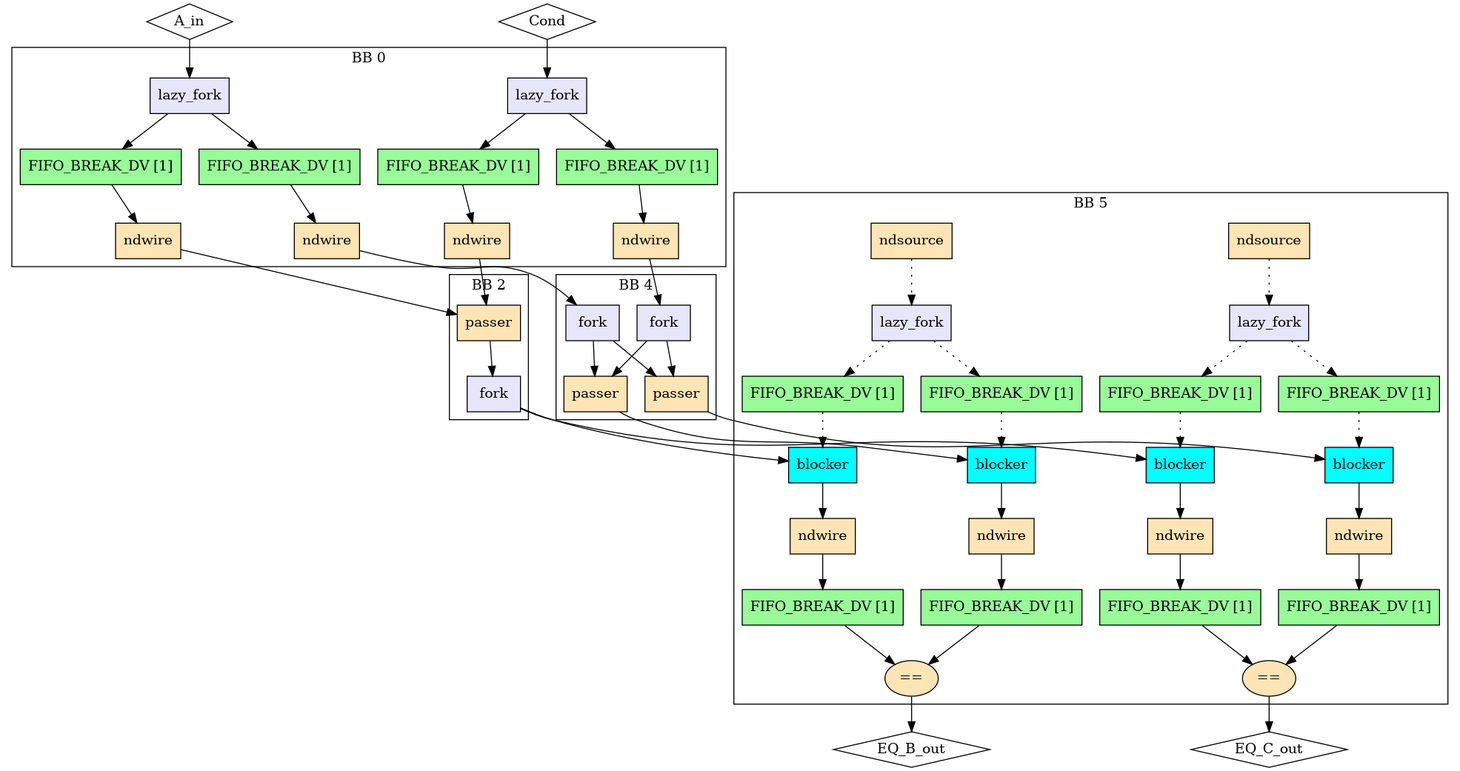
This is experimental/tools/elastic-miter/out/sup_fork/miter/model.png from EPFL-LAP/dynamatic, a Graphviz export, as it was before one commit. Its source is kept beside it as experimental/tools/elastic-miter/out/sup_fork/miter/model.dot. Source of this version:
```dot
Digraph G {
  splines=spline
  compound=true
  "A_in" ["style"="solid", "shape"="diamond", "label"="A_in", "mlir_op"="handshake.func"]
  "Cond" ["style"="solid", "shape"="diamond", "label"="Cond", "mlir_op"="handshake.func"]
  "EQ_B_out" ["style"="solid", "shape"="diamond", "label"="EQ_B_out", "mlir_op"="handshake.func"]
  "EQ_C_out" ["style"="solid", "shape"="diamond", "label"="EQ_C_out", "mlir_op"="handshake.func"]
  "A_in" -> "in_fork_A_in" ["dir"="both", "style"="solid", "arrowhead"="normal", "from_idx"="0", "to"="ins", "arrowtail"="none", "from"="A_in", "to_idx"="0"]
  "Cond" -> "in_fork_Cond" ["dir"="both", "style"="solid", "arrowhead"="normal", "from_idx"="1", "to"="ins", "arrowtail"="none", "from"="Cond", "to_idx"="0"]
  "lhs_in_ndw_A_in" -> "lhs_passer1" ["dir"="both", "style"="solid", "arrowhead"="normal", "from_idx"="0", "to"="data", "arrowtail"="none", "from"="outs", "to_idx"="0"]
  "rhs_in_ndw_A_in" -> "rhs_fork" ["dir"="both", "style"="solid", "arrowhead"="normal", "from_idx"="0", "to"="ins", "arrowtail"="none", "from"="outs", "to_idx"="0"]
  "lhs_in_ndw_Cond" -> "lhs_passer1" ["dir"="both", "style"="solid", "arrowhead"="normal", "from_idx"="0", "to"="ctrl", "arrowtail"="none", "from"="outs", "to_idx"="1"]
  "rhs_in_ndw_Cond" -> "rhs_fork_cond" ["dir"="both", "style"="solid", "arrowhead"="normal", "from_idx"="0", "to"="ins", "arrowtail"="none", "from"="outs", "to_idx"="0"]
  "out_eq_B_out" -> "EQ_B_out" ["dir"="both", "style"="solid", "arrowhead"="normal", "from_idx"="0", "to"="EQ_B_out", "arrowtail"="none", "from"="result", "to_idx"="0"]
  "out_eq_C_out" -> "EQ_C_out" ["dir"="both", "style"="solid", "arrowhead"="normal", "from_idx"="0", "to"="EQ_C_out", "arrowtail"="none", "from"="result", "to_idx"="1"]
  "lhs_fork" -> "lhs_out_bl_B_out" ["dir"="both", "style"="solid", "arrowhead"="normal", "from_idx"="0", "to"="ins", "arrowtail"="none", "from"="outs_0", "to_idx"="0"]
  "lhs_fork" -> "lhs_out_bl_C_out" ["dir"="both", "style"="solid", "arrowhead"="normal", "from_idx"="1", "to"="ins", "arrowtail"="none", "from"="outs_1", "to_idx"="0"]
  "rhs_passer1" -> "rhs_out_bl_B_out" ["dir"="both", "style"="solid", "arrowhead"="normal", "from_idx"="0", "to"="ins", "arrowtail"="none", "from"="result", "to_idx"="0"]
  "rhs_passer2" -> "rhs_out_bl_C_out" ["dir"="both", "style"="solid", "arrowhead"="normal", "from_idx"="0", "to"="ins", "arrowtail"="none", "from"="result", "to_idx"="0"]
  subgraph cluster0 {
    graph ["label"="BB 0"]
    "in_fork_A_in" ["style"="filled", "fillcolor"="lavender", "shape"="box", "label"="lazy_fork", "mlir_op"="handshake.lazy_fork"]
    "lhs_in_buf_A_in" ["style"="filled", "fillcolor"="palegreen", "shape"="box", "label"="FIFO_BREAK_DV [1]", "mlir_op"="handshake.buffer"]
    "rhs_in_buf_A_in" ["style"="filled", "fillcolor"="palegreen", "shape"="box", "label"="FIFO_BREAK_DV [1]", "mlir_op"="handshake.buffer"]
    "lhs_in_ndw_A_in" ["style"="filled", "fillcolor"="moccasin", "shape"="box", "label"="ndwire", "mlir_op"="handshake.ndwire"]
    "rhs_in_ndw_A_in" ["style"="filled", "fillcolor"="moccasin", "shape"="box", "label"="ndwire", "mlir_op"="handshake.ndwire"]
    "in_fork_Cond" ["style"="filled", "fillcolor"="lavender", "shape"="box", "label"="lazy_fork", "mlir_op"="handshake.lazy_fork"]
    "lhs_in_buf_Cond" ["style"="filled", "fillcolor"="palegreen", "shape"="box", "label"="FIFO_BREAK_DV [1]", "mlir_op"="handshake.buffer"]
    "rhs_in_buf_Cond" ["style"="filled", "fillcolor"="palegreen", "shape"="box", "label"="FIFO_BREAK_DV [1]", "mlir_op"="handshake.buffer"]
    "lhs_in_ndw_Cond" ["style"="filled", "fillcolor"="moccasin", "shape"="box", "label"="ndwire", "mlir_op"="handshake.ndwire"]
    "rhs_in_ndw_Cond" ["style"="filled", "fillcolor"="moccasin", "shape"="box", "label"="ndwire", "mlir_op"="handshake.ndwire"]
    "in_fork_A_in" -> "lhs_in_buf_A_in" ["dir"="both", "style"="solid", "arrowhead"="normal", "from_idx"="0", "to"="ins", "arrowtail"="none", "from"="outs_0", "to_idx"="0"]
    "in_fork_A_in" -> "rhs_in_buf_A_in" ["dir"="both", "style"="solid", "arrowhead"="normal", "from_idx"="1", "to"="ins", "arrowtail"="none", "from"="outs_1", "to_idx"="0"]
    "lhs_in_buf_A_in" -> "lhs_in_ndw_A_in" ["dir"="both", "style"="solid", "arrowhead"="normal", "from_idx"="0", "to"="ins", "arrowtail"="none", "from"="outs", "to_idx"="0"]
    "rhs_in_buf_A_in" -> "rhs_in_ndw_A_in" ["dir"="both", "style"="solid", "arrowhead"="normal", "from_idx"="0", "to"="ins", "arrowtail"="none", "from"="outs", "to_idx"="0"]
    "in_fork_Cond" -> "lhs_in_buf_Cond" ["dir"="both", "style"="solid", "arrowhead"="normal", "from_idx"="0", "to"="ins", "arrowtail"="none", "from"="outs_0", "to_idx"="0"]
    "in_fork_Cond" -> "rhs_in_buf_Cond" ["dir"="both", "style"="solid", "arrowhead"="normal", "from_idx"="1", "to"="ins", "arrowtail"="none", "from"="outs_1", "to_idx"="0"]
    "lhs_in_buf_Cond" -> "lhs_in_ndw_Cond" ["dir"="both", "style"="solid", "arrowhead"="normal", "from_idx"="0", "to"="ins", "arrowtail"="none", "from"="outs", "to_idx"="0"]
    "rhs_in_buf_Cond" -> "rhs_in_ndw_Cond" ["dir"="both", "style"="solid", "arrowhead"="normal", "from_idx"="0", "to"="ins", "arrowtail"="none", "from"="outs", "to_idx"="0"]
  }
  subgraph cluster5 {
    graph ["label"="BB 5"]
    "out_nds_B_out" ["style"="filled", "fillcolor"="moccasin", "shape"="box", "label"="ndsource", "mlir_op"="handshake.ndsource"]
    "out_lf_B_out" ["style"="filled", "fillcolor"="lavender", "shape"="box", "label"="lazy_fork", "mlir_op"="handshake.lazy_fork"]
    "out_buf_lhs_nds_B_out" ["style"="filled", "fillcolor"="palegreen", "shape"="box", "label"="FIFO_BREAK_DV [1]", "mlir_op"="handshake.buffer"]
    "out_buf_rhs_nds_B_out" ["style"="filled", "fillcolor"="palegreen", "shape"="box", "label"="FIFO_BREAK_DV [1]", "mlir_op"="handshake.buffer"]
    "lhs_out_bl_B_out" ["style"="filled", "fillcolor"="cyan", "shape"="box", "label"="blocker", "mlir_op"="handshake.blocker"]
    "rhs_out_bl_B_out" ["style"="filled", "fillcolor"="cyan", "shape"="box", "label"="blocker", "mlir_op"="handshake.blocker"]
    "lhs_out_ndw_B_out" ["style"="filled", "fillcolor"="moccasin", "shape"="box", "label"="ndwire", "mlir_op"="handshake.ndwire"]
    "rhs_out_ndw_B_out" ["style"="filled", "fillcolor"="moccasin", "shape"="box", "label"="ndwire", "mlir_op"="handshake.ndwire"]
    "lhs_out_buf_B_out" ["style"="filled", "fillcolor"="palegreen", "shape"="box", "label"="FIFO_BREAK_DV [1]", "mlir_op"="handshake.buffer"]
    "rhs_out_buf_B_out" ["style"="filled", "fillcolor"="palegreen", "shape"="box", "label"="FIFO_BREAK_DV [1]", "mlir_op"="handshake.buffer"]
    "out_eq_B_out" ["style"="filled", "fillcolor"="moccasin", "shape"="oval", "label"="==", "mlir_op"="handshake.cmpi=="]
    "out_nds_C_out" ["style"="filled", "fillcolor"="moccasin", "shape"="box", "label"="ndsource", "mlir_op"="handshake.ndsource"]
    "out_lf_C_out" ["style"="filled", "fillcolor"="lavender", "shape"="box", "label"="lazy_fork", "mlir_op"="handshake.lazy_fork"]
    "out_buf_lhs_nds_C_out" ["style"="filled", "fillcolor"="palegreen", "shape"="box", "label"="FIFO_BREAK_DV [1]", "mlir_op"="handshake.buffer"]
    "out_buf_rhs_nds_C_out" ["style"="filled", "fillcolor"="palegreen", "shape"="box", "label"="FIFO_BREAK_DV [1]", "mlir_op"="handshake.buffer"]
    "lhs_out_bl_C_out" ["style"="filled", "fillcolor"="cyan", "shape"="box", "label"="blocker", "mlir_op"="handshake.blocker"]
    "rhs_out_bl_C_out" ["style"="filled", "fillcolor"="cyan", "shape"="box", "label"="blocker", "mlir_op"="handshake.blocker"]
    "lhs_out_ndw_C_out" ["style"="filled", "fillcolor"="moccasin", "shape"="box", "label"="ndwire", "mlir_op"="handshake.ndwire"]
    "rhs_out_ndw_C_out" ["style"="filled", "fillcolor"="moccasin", "shape"="box", "label"="ndwire", "mlir_op"="handshake.ndwire"]
    "lhs_out_buf_C_out" ["style"="filled", "fillcolor"="palegreen", "shape"="box", "label"="FIFO_BREAK_DV [1]", "mlir_op"="handshake.buffer"]
    "rhs_out_buf_C_out" ["style"="filled", "fillcolor"="palegreen", "shape"="box", "label"="FIFO_BREAK_DV [1]", "mlir_op"="handshake.buffer"]
    "out_eq_C_out" ["style"="filled", "fillcolor"="moccasin", "shape"="oval", "label"="==", "mlir_op"="handshake.cmpi=="]
    "out_nds_B_out" -> "out_lf_B_out" ["dir"="both", "style"="dotted", "arrowhead"="normal", "from_idx"="0", "to"="ins", "arrowtail"="none", "from"="result", "to_idx"="0"]
    "out_lf_B_out" -> "out_buf_lhs_nds_B_out" ["dir"="both", "style"="dotted", "arrowhead"="normal", "from_idx"="0", "to"="ins", "arrowtail"="none", "from"="outs_0", "to_idx"="0"]
    "out_lf_B_out" -> "out_buf_rhs_nds_B_out" ["dir"="both", "style"="dotted", "arrowhead"="normal", "from_idx"="1", "to"="ins", "arrowtail"="none", "from"="outs_1", "to_idx"="0"]
    "out_buf_lhs_nds_B_out" -> "lhs_out_bl_B_out" ["dir"="both", "style"="dotted", "arrowhead"="normal", "from_idx"="0", "to"="ctrl", "arrowtail"="none", "from"="outs", "to_idx"="1"]
    "out_buf_rhs_nds_B_out" -> "rhs_out_bl_B_out" ["dir"="both", "style"="dotted", "arrowhead"="normal", "from_idx"="0", "to"="ctrl", "arrowtail"="none", "from"="outs", "to_idx"="1"]
    "lhs_out_bl_B_out" -> "lhs_out_ndw_B_out" ["dir"="both", "style"="solid", "arrowhead"="normal", "from_idx"="0", "to"="ins", "arrowtail"="none", "from"="outs", "to_idx"="0"]
    "rhs_out_bl_B_out" -> "rhs_out_ndw_B_out" ["dir"="both", "style"="solid", "arrowhead"="normal", "from_idx"="0", "to"="ins", "arrowtail"="none", "from"="outs", "to_idx"="0"]
    "lhs_out_ndw_B_out" -> "lhs_out_buf_B_out" ["dir"="both", "style"="solid", "arrowhead"="normal", "from_idx"="0", "to"="ins", "arrowtail"="none", "from"="outs", "to_idx"="0"]
    "rhs_out_ndw_B_out" -> "rhs_out_buf_B_out" ["dir"="both", "style"="solid", "arrowhead"="normal", "from_idx"="0", "to"="ins", "arrowtail"="none", "from"="outs", "to_idx"="0"]
    "lhs_out_buf_B_out" -> "out_eq_B_out" ["dir"="both", "style"="solid", "arrowhead"="normal", "from_idx"="0", "to"="lhs", "arrowtail"="none", "from"="outs", "to_idx"="0"]
    "rhs_out_buf_B_out" -> "out_eq_B_out" ["dir"="both", "style"="solid", "arrowhead"="normal", "from_idx"="0", "to"="rhs", "arrowtail"="none", "from"="outs", "to_idx"="1"]
    "out_nds_C_out" -> "out_lf_C_out" ["dir"="both", "style"="dotted", "arrowhead"="normal", "from_idx"="0", "to"="ins", "arrowtail"="none", "from"="result", "to_idx"="0"]
    "out_lf_C_out" -> "out_buf_lhs_nds_C_out" ["dir"="both", "style"="dotted", "arrowhead"="normal", "from_idx"="0", "to"="ins", "arrowtail"="none", "from"="outs_0", "to_idx"="0"]
    "out_lf_C_out" -> "out_buf_rhs_nds_C_out" ["dir"="both", "style"="dotted", "arrowhead"="normal", "from_idx"="1", "to"="ins", "arrowtail"="none", "from"="outs_1", "to_idx"="0"]
    "out_buf_lhs_nds_C_out" -> "lhs_out_bl_C_out" ["dir"="both", "style"="dotted", "arrowhead"="normal", "from_idx"="0", "to"="ctrl", "arrowtail"="none", "from"="outs", "to_idx"="1"]
    "out_buf_rhs_nds_C_out" -> "rhs_out_bl_C_out" ["dir"="both", "style"="dotted", "arrowhead"="normal", "from_idx"="0", "to"="ctrl", "arrowtail"="none", "from"="outs", "to_idx"="1"]
    "lhs_out_bl_C_out" -> "lhs_out_ndw_C_out" ["dir"="both", "style"="solid", "arrowhead"="normal", "from_idx"="0", "to"="ins", "arrowtail"="none", "from"="outs", "to_idx"="0"]
    "rhs_out_bl_C_out" -> "rhs_out_ndw_C_out" ["dir"="both", "style"="solid", "arrowhead"="normal", "from_idx"="0", "to"="ins", "arrowtail"="none", "from"="outs", "to_idx"="0"]
    "lhs_out_ndw_C_out" -> "lhs_out_buf_C_out" ["dir"="both", "style"="solid", "arrowhead"="normal", "from_idx"="0", "to"="ins", "arrowtail"="none", "from"="outs", "to_idx"="0"]
    "rhs_out_ndw_C_out" -> "rhs_out_buf_C_out" ["dir"="both", "style"="solid", "arrowhead"="normal", "from_idx"="0", "to"="ins", "arrowtail"="none", "from"="outs", "to_idx"="0"]
    "lhs_out_buf_C_out" -> "out_eq_C_out" ["dir"="both", "style"="solid", "arrowhead"="normal", "from_idx"="0", "to"="lhs", "arrowtail"="none", "from"="outs", "to_idx"="0"]
    "rhs_out_buf_C_out" -> "out_eq_C_out" ["dir"="both", "style"="solid", "arrowhead"="normal", "from_idx"="0", "to"="rhs", "arrowtail"="none", "from"="outs", "to_idx"="1"]
  }
  subgraph cluster2 {
    graph ["label"="BB 2"]
    "lhs_passer1" ["style"="filled", "fillcolor"="moccasin", "shape"="box", "label"="passer", "mlir_op"="handshake.passer"]
    "lhs_fork" ["style"="filled", "fillcolor"="lavender", "shape"="box", "label"="fork", "mlir_op"="handshake.fork"]
    "lhs_passer1" -> "lhs_fork" ["dir"="both", "style"="solid", "arrowhead"="normal", "from_idx"="0", "to"="ins", "arrowtail"="none", "from"="result", "to_idx"="0"]
  }
  subgraph cluster4 {
    graph ["label"="BB 4"]
    "rhs_fork" ["style"="filled", "fillcolor"="lavender", "shape"="box", "label"="fork", "mlir_op"="handshake.fork"]
    "rhs_fork_cond" ["style"="filled", "fillcolor"="lavender", "shape"="box", "label"="fork", "mlir_op"="handshake.fork"]
    "rhs_passer1" ["style"="filled", "fillcolor"="moccasin", "shape"="box", "label"="passer", "mlir_op"="handshake.passer"]
    "rhs_passer2" ["style"="filled", "fillcolor"="moccasin", "shape"="box", "label"="passer", "mlir_op"="handshake.passer"]
    "rhs_fork" -> "rhs_passer1" ["dir"="both", "style"="solid", "arrowhead"="normal", "from_idx"="0", "to"="data", "arrowtail"="none", "from"="outs_0", "to_idx"="0"]
    "rhs_fork" -> "rhs_passer2" ["dir"="both", "style"="solid", "arrowhead"="normal", "from_idx"="1", "to"="data", "arrowtail"="none", "from"="outs_1", "to_idx"="0"]
    "rhs_fork_cond" -> "rhs_passer1" ["dir"="both", "style"="solid", "arrowhead"="normal", "from_idx"="0", "to"="ctrl", "arrowtail"="none", "from"="outs_0", "to_idx"="1"]
    "rhs_fork_cond" -> "rhs_passer2" ["dir"="both", "style"="solid", "arrowhead"="normal", "from_idx"="1", "to"="ctrl", "arrowtail"="none", "from"="outs_1", "to_idx"="1"]
  }
}
```
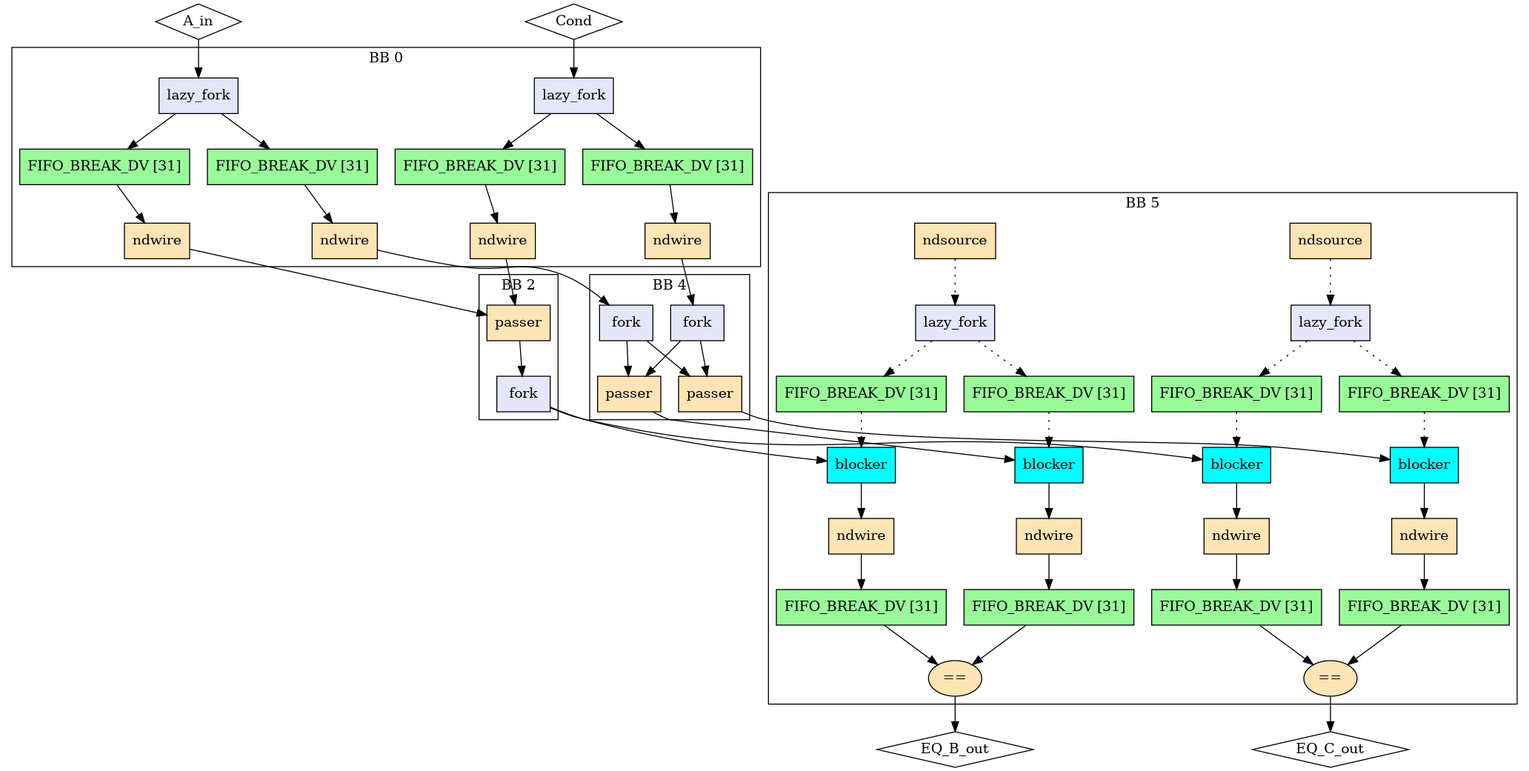
Later version of the same file.

Diff of the diagram source:
```diff
@@ -20,13 +20,13 @@
   subgraph cluster0 {
     graph ["label"="BB 0"]
     "in_fork_A_in" ["style"="filled", "fillcolor"="lavender", "shape"="box", "label"="lazy_fork", "mlir_op"="handshake.lazy_fork"]
-    "lhs_in_buf_A_in" ["style"="filled", "fillcolor"="palegreen", "shape"="box", "label"="FIFO_BREAK_DV [1]", "mlir_op"="handshake.buffer"]
-    "rhs_in_buf_A_in" ["style"="filled", "fillcolor"="palegreen", "shape"="box", "label"="FIFO_BREAK_DV [1]", "mlir_op"="handshake.buffer"]
+    "lhs_in_buf_A_in" ["style"="filled", "fillcolor"="palegreen", "shape"="box", "label"="FIFO_BREAK_DV [31]", "mlir_op"="handshake.buffer"]
+    "rhs_in_buf_A_in" ["style"="filled", "fillcolor"="palegreen", "shape"="box", "label"="FIFO_BREAK_DV [31]", "mlir_op"="handshake.buffer"]
     "lhs_in_ndw_A_in" ["style"="filled", "fillcolor"="moccasin", "shape"="box", "label"="ndwire", "mlir_op"="handshake.ndwire"]
     "rhs_in_ndw_A_in" ["style"="filled", "fillcolor"="moccasin", "shape"="box", "label"="ndwire", "mlir_op"="handshake.ndwire"]
     "in_fork_Cond" ["style"="filled", "fillcolor"="lavender", "shape"="box", "label"="lazy_fork", "mlir_op"="handshake.lazy_fork"]
-    "lhs_in_buf_Cond" ["style"="filled", "fillcolor"="palegreen", "shape"="box", "label"="FIFO_BREAK_DV [1]", "mlir_op"="handshake.buffer"]
-    "rhs_in_buf_Cond" ["style"="filled", "fillcolor"="palegreen", "shape"="box", "label"="FIFO_BREAK_DV [1]", "mlir_op"="handshake.buffer"]
+    "lhs_in_buf_Cond" ["style"="filled", "fillcolor"="palegreen", "shape"="box", "label"="FIFO_BREAK_DV [31]", "mlir_op"="handshake.buffer"]
+    "rhs_in_buf_Cond" ["style"="filled", "fillcolor"="palegreen", "shape"="box", "label"="FIFO_BREAK_DV [31]", "mlir_op"="handshake.buffer"]
     "lhs_in_ndw_Cond" ["style"="filled", "fillcolor"="moccasin", "shape"="box", "label"="ndwire", "mlir_op"="handshake.ndwire"]
     "rhs_in_ndw_Cond" ["style"="filled", "fillcolor"="moccasin", "shape"="box", "label"="ndwire", "mlir_op"="handshake.ndwire"]
     "in_fork_A_in" -> "lhs_in_buf_A_in" ["dir"="both", "style"="solid", "arrowhead"="normal", "from_idx"="0", "to"="ins", "arrowtail"="none", "from"="outs_0", "to_idx"="0"]
@@ -42,25 +42,25 @@
     graph ["label"="BB 5"]
     "out_nds_B_out" ["style"="filled", "fillcolor"="moccasin", "shape"="box", "label"="ndsource", "mlir_op"="handshake.ndsource"]
     "out_lf_B_out" ["style"="filled", "fillcolor"="lavender", "shape"="box", "label"="lazy_fork", "mlir_op"="handshake.lazy_fork"]
-    "out_buf_lhs_nds_B_out" ["style"="filled", "fillcolor"="palegreen", "shape"="box", "label"="FIFO_BREAK_DV [1]", "mlir_op"="handshake.buffer"]
-    "out_buf_rhs_nds_B_out" ["style"="filled", "fillcolor"="palegreen", "shape"="box", "label"="FIFO_BREAK_DV [1]", "mlir_op"="handshake.buffer"]
+    "out_buf_lhs_nds_B_out" ["style"="filled", "fillcolor"="palegreen", "shape"="box", "label"="FIFO_BREAK_DV [31]", "mlir_op"="handshake.buffer"]
+    "out_buf_rhs_nds_B_out" ["style"="filled", "fillcolor"="palegreen", "shape"="box", "label"="FIFO_BREAK_DV [31]", "mlir_op"="handshake.buffer"]
     "lhs_out_bl_B_out" ["style"="filled", "fillcolor"="cyan", "shape"="box", "label"="blocker", "mlir_op"="handshake.blocker"]
     "rhs_out_bl_B_out" ["style"="filled", "fillcolor"="cyan", "shape"="box", "label"="blocker", "mlir_op"="handshake.blocker"]
     "lhs_out_ndw_B_out" ["style"="filled", "fillcolor"="moccasin", "shape"="box", "label"="ndwire", "mlir_op"="handshake.ndwire"]
     "rhs_out_ndw_B_out" ["style"="filled", "fillcolor"="moccasin", "shape"="box", "label"="ndwire", "mlir_op"="handshake.ndwire"]
-    "lhs_out_buf_B_out" ["style"="filled", "fillcolor"="palegreen", "shape"="box", "label"="FIFO_BREAK_DV [1]", "mlir_op"="handshake.buffer"]
-    "rhs_out_buf_B_out" ["style"="filled", "fillcolor"="palegreen", "shape"="box", "label"="FIFO_BREAK_DV [1]", "mlir_op"="handshake.buffer"]
+    "lhs_out_buf_B_out" ["style"="filled", "fillcolor"="palegreen", "shape"="box", "label"="FIFO_BREAK_DV [31]", "mlir_op"="handshake.buffer"]
+    "rhs_out_buf_B_out" ["style"="filled", "fillcolor"="palegreen", "shape"="box", "label"="FIFO_BREAK_DV [31]", "mlir_op"="handshake.buffer"]
     "out_eq_B_out" ["style"="filled", "fillcolor"="moccasin", "shape"="oval", "label"="==", "mlir_op"="handshake.cmpi=="]
     "out_nds_C_out" ["style"="filled", "fillcolor"="moccasin", "shape"="box", "label"="ndsource", "mlir_op"="handshake.ndsource"]
     "out_lf_C_out" ["style"="filled", "fillcolor"="lavender", "shape"="box", "label"="lazy_fork", "mlir_op"="handshake.lazy_fork"]
-    "out_buf_lhs_nds_C_out" ["style"="filled", "fillcolor"="palegreen", "shape"="box", "label"="FIFO_BREAK_DV [1]", "mlir_op"="handshake.buffer"]
-    "out_buf_rhs_nds_C_out" ["style"="filled", "fillcolor"="palegreen", "shape"="box", "label"="FIFO_BREAK_DV [1]", "mlir_op"="handshake.buffer"]
+    "out_buf_lhs_nds_C_out" ["style"="filled", "fillcolor"="palegreen", "shape"="box", "label"="FIFO_BREAK_DV [31]", "mlir_op"="handshake.buffer"]
+    "out_buf_rhs_nds_C_out" ["style"="filled", "fillcolor"="palegreen", "shape"="box", "label"="FIFO_BREAK_DV [31]", "mlir_op"="handshake.buffer"]
     "lhs_out_bl_C_out" ["style"="filled", "fillcolor"="cyan", "shape"="box", "label"="blocker", "mlir_op"="handshake.blocker"]
     "rhs_out_bl_C_out" ["style"="filled", "fillcolor"="cyan", "shape"="box", "label"="blocker", "mlir_op"="handshake.blocker"]
     "lhs_out_ndw_C_out" ["style"="filled", "fillcolor"="moccasin", "shape"="box", "label"="ndwire", "mlir_op"="handshake.ndwire"]
     "rhs_out_ndw_C_out" ["style"="filled", "fillcolor"="moccasin", "shape"="box", "label"="ndwire", "mlir_op"="handshake.ndwire"]
-    "lhs_out_buf_C_out" ["style"="filled", "fillcolor"="palegreen", "shape"="box", "label"="FIFO_BREAK_DV [1]", "mlir_op"="handshake.buffer"]
-    "rhs_out_buf_C_out" ["style"="filled", "fillcolor"="palegreen", "shape"="box", "label"="FIFO_BREAK_DV [1]", "mlir_op"="handshake.buffer"]
+    "lhs_out_buf_C_out" ["style"="filled", "fillcolor"="palegreen", "shape"="box", "label"="FIFO_BREAK_DV [31]", "mlir_op"="handshake.buffer"]
+    "rhs_out_buf_C_out" ["style"="filled", "fillcolor"="palegreen", "shape"="box", "label"="FIFO_BREAK_DV [31]", "mlir_op"="handshake.buffer"]
     "out_eq_C_out" ["style"="filled", "fillcolor"="moccasin", "shape"="oval", "label"="==", "mlir_op"="handshake.cmpi=="]
     "out_nds_B_out" -> "out_lf_B_out" ["dir"="both", "style"="dotted", "arrowhead"="normal", "from_idx"="0", "to"="ins", "arrowtail"="none", "from"="result", "to_idx"="0"]
     "out_lf_B_out" -> "out_buf_lhs_nds_B_out" ["dir"="both", "style"="dotted", "arrowhead"="normal", "from_idx"="0", "to"="ins", "arrowtail"="none", "from"="outs_0", "to_idx"="0"]
```
